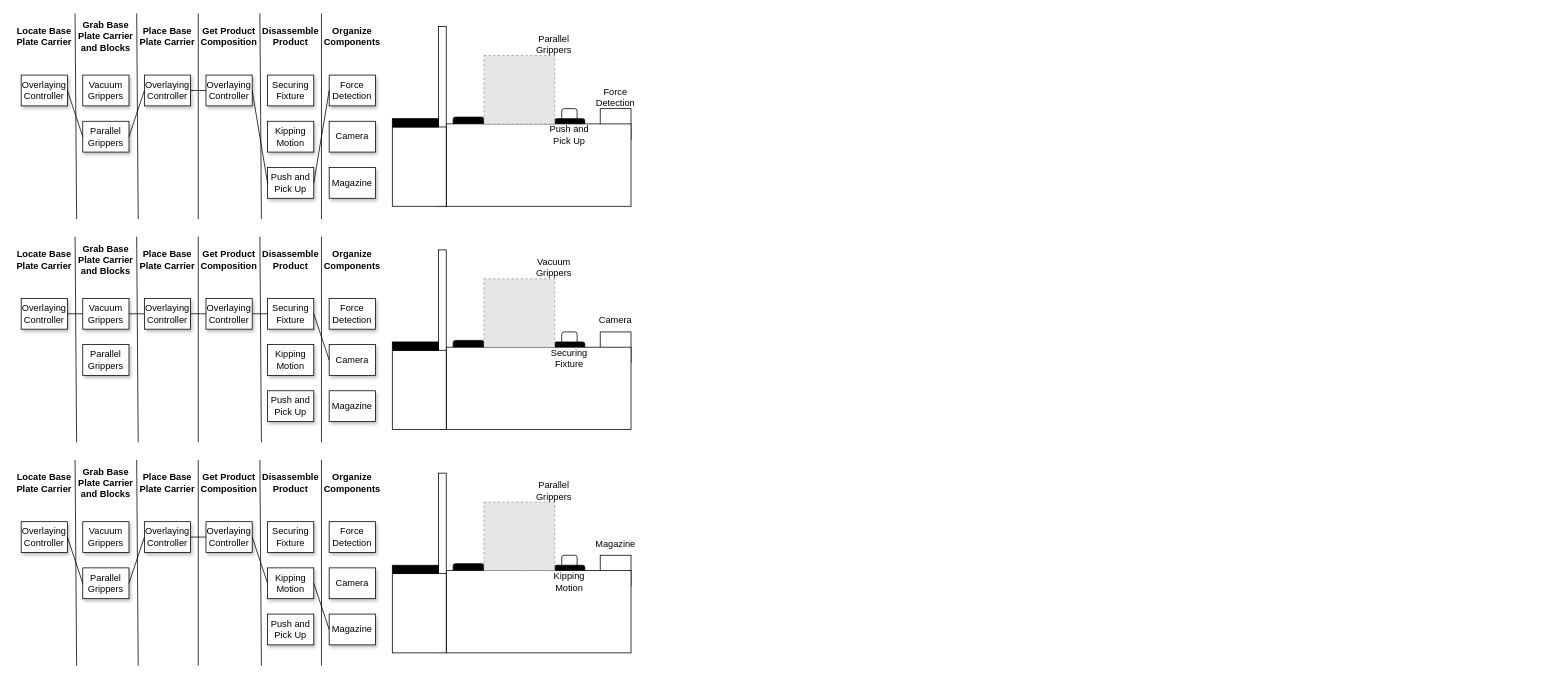
frangonzalez98/Diagramas_PFG keeps this draw.io diagram as Combination_Tables.drawio. Above is the earlier version. Source tidied: cells renumbered, new cells numbered last; positions are measured from the earlier drawing's top-left corner, leaving out a move shared by most shapes. Both pictures are drawn from the tidied source at 77%, with x=0, y=0 at pixel (13, 13). Pictures stored in the file or linked from it are replaced by grey dashed boxes.
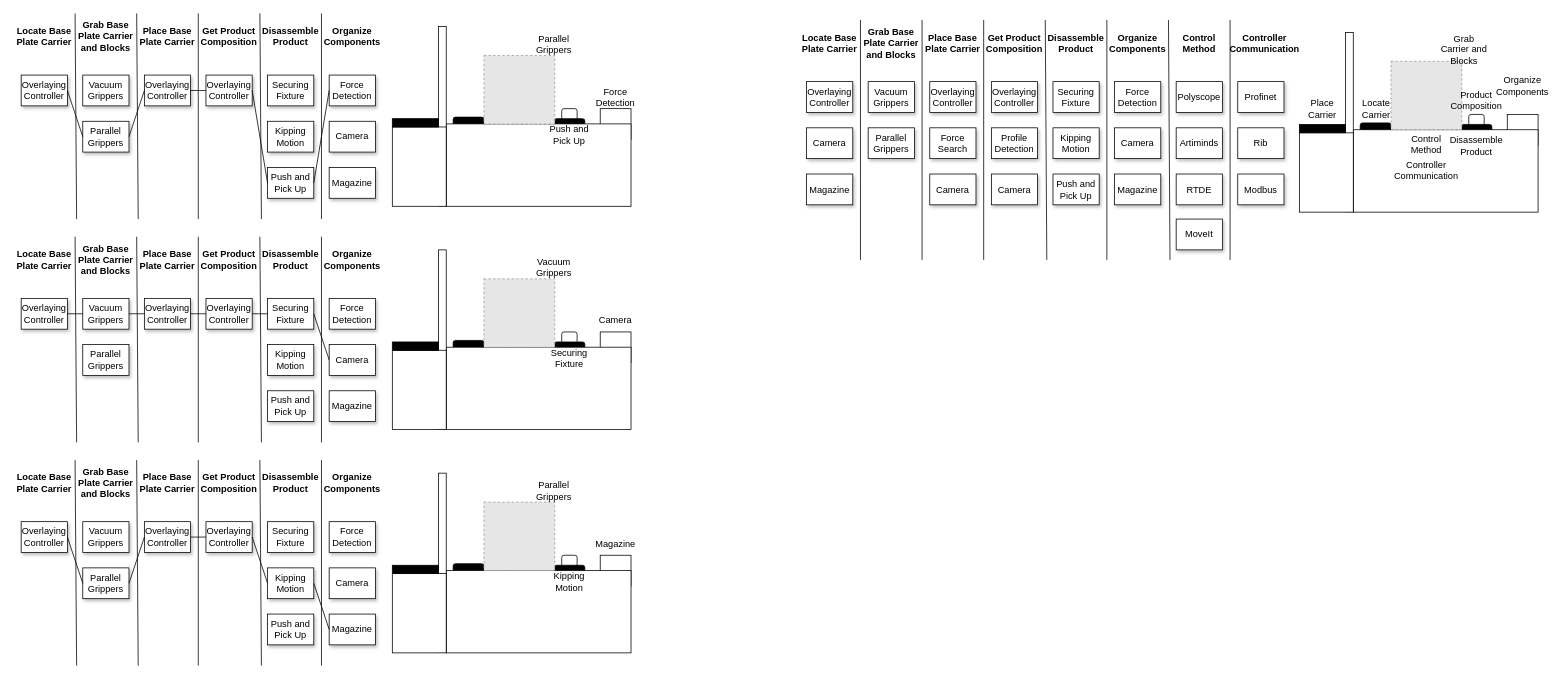
Above is the later version.

Change to the diagram source:
```diff
@@
+    <mxCell id="119" style="rounded=0;whiteSpace=wrap;html=1;fillColor=#FFFFFF;" parent="1" vertex="1">
+      <mxGeometry x="1940" y="131.1" width="40" height="40" as="geometry" />
+    </mxCell>
+    <mxCell id="120" style="rounded=1;whiteSpace=wrap;html=1;fillColor=#FFFFFF;" parent="1" vertex="1">
+      <mxGeometry x="1890" y="131.1" width="20" height="19.9" as="geometry" />
+    </mxCell>
+    <mxCell id="121" style="rounded=1;whiteSpace=wrap;html=1;fillColor=#000000;" parent="1" vertex="1">
+      <mxGeometry x="1880" y="144.1" width="40" height="20" as="geometry" />
+    </mxCell>
+    <mxCell id="122" style="rounded=1;whiteSpace=wrap;html=1;fillColor=#000000;" parent="1" vertex="1">
+      <mxGeometry x="1749" y="142.1" width="40" height="20" as="geometry" />
+    </mxCell>
+    <mxCell id="123" value="&lt;b&gt;Locate Base Plate Carrier&lt;/b&gt;" style="whiteSpace=wrap;html=1;strokeColor=none;" parent="1" vertex="1">
+      <mxGeometry x="1020" y="8.5" width="80" height="60" as="geometry" />
+    </mxCell>
+    <mxCell id="124" value="&lt;b&gt;Grab Base Plate Carrier and Blocks&lt;/b&gt;" style="whiteSpace=wrap;html=1;strokeColor=none;" parent="1" vertex="1">
+      <mxGeometry x="1100" y="8.5" width="80" height="60" as="geometry" />
+    </mxCell>
+    <mxCell id="125" value="&lt;b&gt;Place Base Plate Carrier&lt;/b&gt;" style="whiteSpace=wrap;html=1;strokeColor=none;" parent="1" vertex="1">
+      <mxGeometry x="1180" y="8.5" width="80" height="60" as="geometry" />
+    </mxCell>
+    <mxCell id="126" value="&lt;span style=&quot;font-weight: normal;&quot;&gt;Overlaying Controller&lt;/span&gt;" style="whiteSpace=wrap;html=1;strokeColor=default;fontStyle=1;labelBorderColor=none;shadow=1;" parent="1" vertex="1">
+      <mxGeometry x="1030" y="88.5" width="60" height="40" as="geometry" />
+    </mxCell>
+    <mxCell id="127" value="&lt;span style=&quot;font-weight: 400;&quot;&gt;Vacuum Grippers&lt;/span&gt;" style="whiteSpace=wrap;html=1;strokeColor=default;fontStyle=1;shadow=1;" parent="1" vertex="1">
+      <mxGeometry x="1110" y="88.5" width="60" height="40" as="geometry" />
+    </mxCell>
+    <mxCell id="128" value="&lt;span style=&quot;font-weight: normal;&quot;&gt;Overlaying Controller&lt;/span&gt;" style="whiteSpace=wrap;html=1;strokeColor=default;fontStyle=1;shadow=1;" parent="1" vertex="1">
+      <mxGeometry x="1190" y="88.5" width="60" height="40" as="geometry" />
+    </mxCell>
+    <mxCell id="129" style="endArrow=none;html=1;rounded=0;entryX=0;entryY=0;entryDx=0;entryDy=0;" parent="1" edge="1" target="124">
+      <mxGeometry relative="1" as="geometry">
+        <mxPoint x="1100" y="320" as="sourcePoint" />
+      </mxGeometry>
+    </mxCell>
+    <mxCell id="130" style="endArrow=none;html=1;rounded=0;entryX=0;entryY=0;entryDx=0;entryDy=0;" parent="1" edge="1">
+      <mxGeometry relative="1" as="geometry">
+        <mxPoint x="1180" y="320" as="sourcePoint" />
+        <mxPoint x="1180" y="8.5" as="targetPoint" />
+      </mxGeometry>
+    </mxCell>
+    <mxCell id="131" value="&lt;span style=&quot;font-weight: normal;&quot;&gt;Parallel Grippers&lt;/span&gt;" style="whiteSpace=wrap;html=1;strokeColor=default;fontStyle=1;shadow=1;" parent="1" vertex="1">
+      <mxGeometry x="1110" y="148.5" width="60" height="40" as="geometry" />
+    </mxCell>
+    <mxCell id="132" value="&lt;b&gt;Get Product Composition&lt;/b&gt;" style="whiteSpace=wrap;html=1;strokeColor=none;" parent="1" vertex="1">
+      <mxGeometry x="1260" y="8.5" width="80" height="60" as="geometry" />
+    </mxCell>
+    <mxCell id="133" value="&lt;b&gt;Disassemble Product&lt;/b&gt;" style="whiteSpace=wrap;html=1;strokeColor=none;" parent="1" vertex="1">
+      <mxGeometry x="1340" y="8.5" width="80" height="60" as="geometry" />
+    </mxCell>
+    <mxCell id="134" value="&lt;span style=&quot;font-weight: 400;&quot;&gt;Overlaying Controller&lt;/span&gt;" style="whiteSpace=wrap;html=1;strokeColor=default;fontStyle=1;shadow=1;" parent="1" vertex="1">
+      <mxGeometry x="1270" y="88.5" width="60" height="40" as="geometry" />
+    </mxCell>
+    <mxCell id="135" value="&lt;span style=&quot;font-weight: normal;&quot;&gt;Kipping Motion&lt;/span&gt;" style="whiteSpace=wrap;html=1;strokeColor=default;fontStyle=1;shadow=1;" parent="1" vertex="1">
+      <mxGeometry x="1350" y="148.5" width="60" height="40" as="geometry" />
+    </mxCell>
+    <mxCell id="136" style="endArrow=none;html=1;rounded=0;entryX=0;entryY=0;entryDx=0;entryDy=0;" parent="1" edge="1">
+      <mxGeometry relative="1" as="geometry">
+        <mxPoint x="1260" y="320" as="sourcePoint" />
+        <mxPoint x="1260" y="8.5" as="targetPoint" />
+      </mxGeometry>
+    </mxCell>
+    <mxCell id="137" style="endArrow=none;html=1;rounded=0;entryX=0;entryY=0;entryDx=0;entryDy=0;" parent="1" edge="1">
+      <mxGeometry relative="1" as="geometry">
+        <mxPoint x="1342" y="320" as="sourcePoint" />
+        <mxPoint x="1340" y="8.5" as="targetPoint" />
+      </mxGeometry>
+    </mxCell>
+    <mxCell id="138" value="&lt;span style=&quot;font-weight: normal;&quot;&gt;Securing Fixture&lt;/span&gt;" style="whiteSpace=wrap;html=1;strokeColor=default;fontStyle=1;shadow=1;" parent="1" vertex="1">
+      <mxGeometry x="1350" y="88.5" width="60" height="40" as="geometry" />
+    </mxCell>
+    <mxCell id="139" value="&lt;b&gt;Organize Components&lt;/b&gt;" style="whiteSpace=wrap;html=1;strokeColor=none;" parent="1" vertex="1">
+      <mxGeometry x="1420" y="8.5" width="80" height="60" as="geometry" />
+    </mxCell>
+    <mxCell id="140" value="&lt;span style=&quot;font-weight: normal;&quot;&gt;Force Detection&lt;/span&gt;" style="whiteSpace=wrap;html=1;strokeColor=default;fontStyle=1;shadow=1;" parent="1" vertex="1">
+      <mxGeometry x="1430" y="88.5" width="60" height="40" as="geometry" />
+    </mxCell>
+    <mxCell id="141" value="&lt;span style=&quot;font-weight: normal;&quot;&gt;Magazine&lt;/span&gt;" style="whiteSpace=wrap;html=1;strokeColor=default;fontStyle=1;shadow=1;" parent="1" vertex="1">
+      <mxGeometry x="1430" y="208.5" width="60" height="40" as="geometry" />
+    </mxCell>
+    <mxCell id="142" style="endArrow=none;html=1;rounded=0;entryX=0;entryY=0;entryDx=0;entryDy=0;" parent="1" edge="1">
+      <mxGeometry relative="1" as="geometry">
+        <mxPoint x="1420" y="320" as="sourcePoint" />
+        <mxPoint x="1420" y="8.5" as="targetPoint" />
+      </mxGeometry>
+    </mxCell>
+    <mxCell id="143" value="&lt;span style=&quot;font-weight: normal;&quot;&gt;Camera&lt;/span&gt;" style="whiteSpace=wrap;html=1;strokeColor=default;fontStyle=1;shadow=1;" parent="1" vertex="1">
+      <mxGeometry x="1430" y="148.5" width="60" height="40" as="geometry" />
+    </mxCell>
+    <mxCell id="144" value="&lt;span style=&quot;font-weight: normal;&quot;&gt;Push and Pick Up&lt;/span&gt;" style="whiteSpace=wrap;html=1;strokeColor=default;fontStyle=1;shadow=1;" parent="1" vertex="1">
+      <mxGeometry x="1350" y="208.5" width="60" height="40" as="geometry" />
+    </mxCell>
+    <mxCell id="145" style="rounded=0;whiteSpace=wrap;html=1;" parent="1" vertex="1">
+      <mxGeometry x="1740" y="151" width="240" height="107" as="geometry" />
+    </mxCell>
+    <mxCell id="146" style="fillColor=#E6E6E6;strokeColor=#999999;dashed=1;verticalLabelPosition=bottom;labelBackgroundColor=default;verticalAlign=top;" parent="1" vertex="1">
+      <mxGeometry x="1789" y="62.1" width="92" height="88.9" as="geometry" />
+    </mxCell>
+    <mxCell id="147" value="Grab Carrier and Blocks" style="text;html=1;strokeColor=none;fillColor=none;align=center;verticalAlign=middle;whiteSpace=wrap;rounded=0;" parent="1" vertex="1">
+      <mxGeometry x="1850" y="32.1" width="68" height="30" as="geometry" />
+    </mxCell>
+    <mxCell id="148" style="rounded=0;whiteSpace=wrap;html=1;fillColor=#FFFFFF;" parent="1" vertex="1">
+      <mxGeometry x="1730" y="24.6" width="10" height="233" as="geometry" />
+    </mxCell>
+    <mxCell id="149" style="rounded=0;whiteSpace=wrap;html=1;fillColor=#FFFFFF;" parent="1" vertex="1">
+      <mxGeometry x="1670" y="155" width="70" height="103" as="geometry" />
+    </mxCell>
+    <mxCell id="150" style="rounded=0;whiteSpace=wrap;html=1;fillColor=#000000;" parent="1" vertex="1">
+      <mxGeometry x="1670" y="144.1" width="60" height="10.9" as="geometry" />
+    </mxCell>
+    <mxCell id="151" value="Organize Components" style="text;html=1;strokeColor=none;fillColor=none;align=center;verticalAlign=middle;whiteSpace=wrap;rounded=0;" parent="1" vertex="1">
+      <mxGeometry x="1930" y="79.1" width="60" height="30" as="geometry" />
+    </mxCell>
+    <mxCell id="152" value="Disassemble Product" style="text;html=1;strokeColor=none;fillColor=none;align=center;verticalAlign=middle;whiteSpace=wrap;rounded=0;" parent="1" vertex="1">
+      <mxGeometry x="1870" y="156.6" width="60" height="30" as="geometry" />
+    </mxCell>
+    <mxCell id="153" value="&lt;span style=&quot;font-weight: normal;&quot;&gt;Magazine&lt;/span&gt;" style="whiteSpace=wrap;html=1;strokeColor=default;fontStyle=1;shadow=1;" parent="1" vertex="1">
+      <mxGeometry x="1030" y="208.5" width="60" height="40" as="geometry" />
+    </mxCell>
+    <mxCell id="154" value="&lt;span style=&quot;font-weight: normal;&quot;&gt;Camera&lt;/span&gt;" style="whiteSpace=wrap;html=1;strokeColor=default;fontStyle=1;shadow=1;" parent="1" vertex="1">
+      <mxGeometry x="1030" y="148.5" width="60" height="40" as="geometry" />
+    </mxCell>
+    <mxCell id="155" value="&lt;span style=&quot;font-weight: normal;&quot;&gt;Force Search&lt;/span&gt;" style="whiteSpace=wrap;html=1;strokeColor=default;fontStyle=1;shadow=1;" parent="1" vertex="1">
+      <mxGeometry x="1190" y="148.5" width="60" height="40" as="geometry" />
+    </mxCell>
+    <mxCell id="156" value="&lt;span style=&quot;font-weight: normal;&quot;&gt;Camera&lt;/span&gt;" style="whiteSpace=wrap;html=1;strokeColor=default;fontStyle=1;shadow=1;" parent="1" vertex="1">
+      <mxGeometry x="1190" y="208.5" width="60" height="40" as="geometry" />
+    </mxCell>
+    <mxCell id="157" value="&lt;span style=&quot;font-weight: normal;&quot;&gt;Camera&lt;/span&gt;" style="whiteSpace=wrap;html=1;strokeColor=default;fontStyle=1;shadow=1;" parent="1" vertex="1">
+      <mxGeometry x="1270" y="208.5" width="60" height="40" as="geometry" />
+    </mxCell>
+    <mxCell id="158" value="&lt;span style=&quot;font-weight: normal;&quot;&gt;Profile Detection&lt;br&gt;&lt;/span&gt;" style="whiteSpace=wrap;html=1;strokeColor=default;fontStyle=1;shadow=1;" parent="1" vertex="1">
+      <mxGeometry x="1270" y="148.5" width="60" height="40" as="geometry" />
+    </mxCell>
+    <mxCell id="159" value="Place Carrier" style="text;html=1;strokeColor=none;fillColor=none;align=center;verticalAlign=middle;whiteSpace=wrap;rounded=0;" parent="1" vertex="1">
+      <mxGeometry x="1670" y="109.1" width="60" height="30" as="geometry" />
+    </mxCell>
+    <mxCell id="160" value="Locate Carrier" style="text;html=1;strokeColor=none;fillColor=none;align=center;verticalAlign=middle;whiteSpace=wrap;rounded=0;" parent="1" vertex="1">
+      <mxGeometry x="1740" y="109.1" width="60" height="30" as="geometry" />
+    </mxCell>
+    <mxCell id="161" value="Product Composition" style="text;html=1;strokeColor=none;fillColor=none;align=center;verticalAlign=middle;whiteSpace=wrap;rounded=0;" parent="1" vertex="1">
+      <mxGeometry x="1870" y="97.6" width="60" height="30" as="geometry" />
+    </mxCell>
+    <mxCell id="162" value="&lt;b&gt;Control Method&lt;/b&gt;" style="whiteSpace=wrap;html=1;strokeColor=none;" parent="1" vertex="1">
+      <mxGeometry x="1500" y="8.5" width="80" height="60" as="geometry" />
+    </mxCell>
+    <mxCell id="163" value="&lt;span style=&quot;font-weight: normal;&quot;&gt;MoveIt&lt;br&gt;&lt;/span&gt;" style="whiteSpace=wrap;html=1;strokeColor=default;fontStyle=1;shadow=1;" parent="1" vertex="1">
+      <mxGeometry x="1510" y="267" width="60" height="40" as="geometry" />
+    </mxCell>
+    <mxCell id="164" style="endArrow=none;html=1;rounded=0;entryX=0;entryY=0;entryDx=0;entryDy=0;" parent="1" edge="1">
+      <mxGeometry relative="1" as="geometry">
+        <mxPoint x="1502" y="320" as="sourcePoint" />
+        <mxPoint x="1500" y="8.5" as="targetPoint" />
+      </mxGeometry>
+    </mxCell>
+    <mxCell id="165" value="&lt;span style=&quot;font-weight: normal;&quot;&gt;RTDE&lt;br&gt;&lt;/span&gt;" style="whiteSpace=wrap;html=1;strokeColor=default;fontStyle=1;shadow=1;" parent="1" vertex="1">
+      <mxGeometry x="1510" y="208.5" width="60" height="40" as="geometry" />
+    </mxCell>
+    <mxCell id="166" value="&lt;b&gt;Controller Communication&lt;/b&gt;" style="whiteSpace=wrap;html=1;strokeColor=none;" parent="1" vertex="1">
+      <mxGeometry x="1580" y="8.5" width="90" height="60" as="geometry" />
+    </mxCell>
+    <mxCell id="167" value="&lt;span style=&quot;font-weight: normal;&quot;&gt;Profinet&lt;/span&gt;" style="whiteSpace=wrap;html=1;strokeColor=default;fontStyle=1;shadow=1;" parent="1" vertex="1">
+      <mxGeometry x="1590" y="88.5" width="60" height="40" as="geometry" />
+    </mxCell>
+    <mxCell id="168" value="&lt;span style=&quot;font-weight: normal;&quot;&gt;Modbus&lt;/span&gt;" style="whiteSpace=wrap;html=1;strokeColor=default;fontStyle=1;shadow=1;" parent="1" vertex="1">
+      <mxGeometry x="1590" y="208.5" width="60" height="40" as="geometry" />
+    </mxCell>
+    <mxCell id="169" style="endArrow=none;html=1;rounded=0;entryX=0;entryY=0;entryDx=0;entryDy=0;" parent="1" edge="1">
+      <mxGeometry relative="1" as="geometry">
+        <mxPoint x="1580" y="320" as="sourcePoint" />
+        <mxPoint x="1580" y="8.5" as="targetPoint" />
+      </mxGeometry>
+    </mxCell>
+    <mxCell id="170" value="&lt;span style=&quot;font-weight: normal;&quot;&gt;Rib&lt;/span&gt;" style="whiteSpace=wrap;html=1;strokeColor=default;fontStyle=1;shadow=1;" parent="1" vertex="1">
+      <mxGeometry x="1590" y="148.5" width="60" height="40" as="geometry" />
+    </mxCell>
+    <mxCell id="171" value="&lt;span style=&quot;font-weight: normal;&quot;&gt;Artiminds&lt;br&gt;&lt;/span&gt;" style="whiteSpace=wrap;html=1;strokeColor=default;fontStyle=1;shadow=1;" parent="1" vertex="1">
+      <mxGeometry x="1510" y="148.5" width="60" height="40" as="geometry" />
+    </mxCell>
+    <mxCell id="172" value="&lt;span style=&quot;font-weight: normal;&quot;&gt;Polyscope&lt;/span&gt;" style="whiteSpace=wrap;html=1;strokeColor=default;fontStyle=1;shadow=1;" parent="1" vertex="1">
+      <mxGeometry x="1510" y="88.5" width="60" height="40" as="geometry" />
+    </mxCell>
+    <mxCell id="173" value="Control Method" style="text;html=1;strokeColor=none;fillColor=none;align=center;verticalAlign=middle;whiteSpace=wrap;rounded=0;" parent="1" vertex="1">
+      <mxGeometry x="1805" y="154.6" width="60" height="30" as="geometry" />
+    </mxCell>
+    <mxCell id="174" value="Controller Communication" style="text;html=1;strokeColor=none;fillColor=none;align=center;verticalAlign=middle;whiteSpace=wrap;rounded=0;" parent="1" vertex="1">
+      <mxGeometry x="1805" y="188.5" width="60" height="30" as="geometry" />
+    </mxCell>
```
